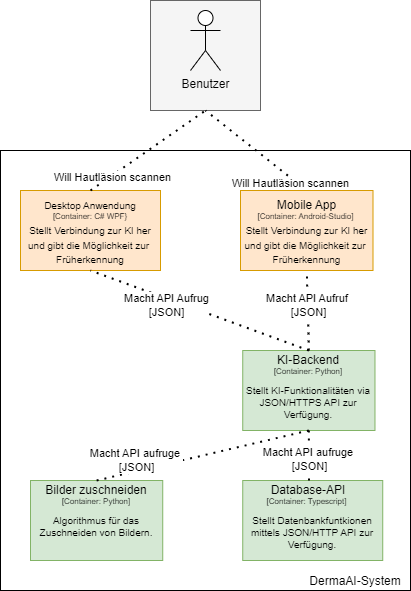
Above: documents/Diagramme/C4_Container_DermaAI.drawio.png in huthuthiddeli/DermaAI (draw.io), before the change. Source tidied: cells renumbered, new cells last; positions are measured from the earlier drawing's top-left corner, leaving out a move shared by most shapes.
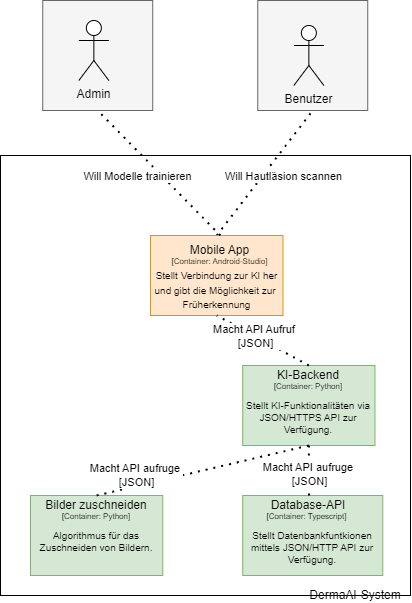
After the commit.

Commit message:
urululu diagramm anders

What changed in the source:
```diff
@@ -3,13 +3,13 @@
     <mxCell id="0" />
     <mxCell id="1" parent="0" />
     <mxCell id="2" style="rounded=0;whiteSpace=wrap;html=1;fillColor=#FFFFFF;strokeColor=#000000;" parent="1" vertex="1">
-      <mxGeometry y="150" width="410" height="440" as="geometry" />
+      <mxGeometry y="140" width="410" height="440" as="geometry" />
     </mxCell>
     <mxCell id="3" style="whiteSpace=wrap;html=1;fillColor=#f5f5f5;strokeColor=#666666;fontColor=#333333;" parent="1" vertex="1">
-      <mxGeometry x="150" width="110" height="110" as="geometry" />
+      <mxGeometry x="257.2" y="-15" width="110" height="110" as="geometry" />
     </mxCell>
     <mxCell id="4" value="Benutzer" style="shape=umlActor;verticalLabelPosition=bottom;verticalAlign=top;html=1;" parent="1" vertex="1">
-      <mxGeometry x="190" y="10" width="30" height="60" as="geometry" />
+      <mxGeometry x="293.4" y="10" width="30" height="60" as="geometry" />
     </mxCell>
     <mxCell id="5" style="edgeStyle=orthogonalEdgeStyle;rounded=0;orthogonalLoop=1;jettySize=auto;html=1;exitX=0.5;exitY=0;exitDx=0;exitDy=0;" parent="1" edge="1">
       <mxGeometry relative="1" as="geometry">
@@ -22,33 +22,18 @@
     </mxCell>
     <mxCell id="7" value="Will Hautläsion scannen" style="edgeLabel;html=1;align=center;verticalAlign=middle;" parent="6" vertex="1">
       <mxGeometry x="-0.16" y="-1" relative="1" as="geometry">
-        <mxPoint x="25" y="27" as="offset" />
+        <mxPoint x="25" y="-8" as="offset" />
       </mxGeometry>
     </mxCell>
     <mxCell id="8" value="&lt;font size=&quot;1&quot;&gt;&lt;br&gt;&lt;br&gt;Stellt Verbindung zur KI her&lt;br&gt;und gibt die Möglichkeit zur&amp;nbsp;&lt;br&gt;Früherkennung&lt;/font&gt;" style="rounded=0;whiteSpace=wrap;html=1;fillColor=#ffe6cc;strokeColor=#d79b00;" parent="1" vertex="1">
-      <mxGeometry x="240" y="190" width="132.5" height="80" as="geometry" />
+      <mxGeometry x="150" y="220" width="132.5" height="80" as="geometry" />
     </mxCell>
     <mxCell id="9" value="&lt;font style=&quot;font-size: 12px;&quot;&gt;Mobile App&lt;/font&gt;" style="text;html=1;align=center;verticalAlign=middle;whiteSpace=wrap;rounded=0;fontSize=9;" parent="1" vertex="1">
-      <mxGeometry x="263.6" y="190" width="85" height="30" as="geometry" />
+      <mxGeometry x="177.4" y="220" width="85" height="30" as="geometry" />
     </mxCell>
     <mxCell id="10" value="&lt;font style=&quot;font-size: 8px;&quot;&gt;[Container: Android-Studio]&lt;/font&gt;" style="text;html=1;align=center;verticalAlign=middle;whiteSpace=wrap;rounded=0;" parent="1" vertex="1">
-      <mxGeometry x="248.5" y="210" width="115.2" height="10" as="geometry" />
+      <mxGeometry x="162.2" y="240" width="115.2" height="10" as="geometry" />
     </mxCell>
-    <mxCell id="11" value="&lt;br style=&quot;font-size: x-small;&quot;&gt;&lt;br style=&quot;font-size: x-small;&quot;&gt;&lt;span style=&quot;font-size: x-small;&quot;&gt;Stellt Verbindung zur KI her&lt;/span&gt;&lt;br style=&quot;font-size: x-small;&quot;&gt;&lt;span style=&quot;font-size: x-small;&quot;&gt;und gibt die Möglichkeit zur&amp;nbsp;&lt;/span&gt;&lt;br style=&quot;font-size: x-small;&quot;&gt;&lt;span style=&quot;font-size: x-small;&quot;&gt;Früherkennung&lt;/span&gt;" style="rounded=0;whiteSpace=wrap;html=1;fillColor=#ffe6cc;strokeColor=#d79b00;" parent="1" vertex="1">
-      <mxGeometry x="20" y="190" width="140" height="80" as="geometry" />
-    </mxCell>
-    <mxCell id="12" value="&lt;font size=&quot;1&quot;&gt;Desktop Anwendung&lt;/font&gt;" style="text;html=1;align=center;verticalAlign=middle;whiteSpace=wrap;rounded=0;fontSize=9;" parent="1" vertex="1">
-      <mxGeometry x="20" y="190" width="140" height="30" as="geometry" />
-    </mxCell>
-    <mxCell id="13" value="&lt;font style=&quot;font-size: 8px;&quot;&gt;[Container: C# WPF}&lt;/font&gt;" style="text;html=1;align=center;verticalAlign=middle;whiteSpace=wrap;rounded=0;" parent="1" vertex="1">
-      <mxGeometry x="36.2" y="210" width="107.6" height="10" as="geometry" />
-    </mxCell>
-    <mxCell id="14" style="endArrow=none;dashed=1;html=1;dashPattern=1 3;strokeWidth=2;rounded=0;entryX=0.5;entryY=1;entryDx=0;entryDy=0;exitX=0.5;exitY=0;exitDx=0;exitDy=0;" parent="1" edge="1" source="12" target="3">
-      <mxGeometry relative="1" as="geometry" />
-    </mxCell>
-    <mxCell id="15" value="Will Hautläsion scannen" style="edgeLabel;html=1;align=center;verticalAlign=middle;" parent="14" vertex="1">
-      <mxGeometry x="-0.63" y="-1" relative="1" as="geometry" />
-    </mxCell>
     <mxCell id="16" value="&lt;div&gt;&lt;br&gt;&lt;/div&gt;&lt;div&gt;&lt;br&gt;&lt;/div&gt;Stellt KI-Funktionalitäten via JSON/HTTPS API zur Verfügung." style="rounded=0;whiteSpace=wrap;html=1;fontSize=10;align=center;fillColor=#d5e8d4;strokeColor=#82b366;" parent="1" vertex="1">
       <mxGeometry x="242.2" y="350" width="132.2" height="80" as="geometry" />
     </mxCell>
@@ -76,14 +61,6 @@
     <mxCell id="24" value="&lt;font style=&quot;font-size: 8px;&quot;&gt;[Container: Python]&lt;/font&gt;" style="text;html=1;align=center;verticalAlign=middle;whiteSpace=wrap;rounded=0;" parent="1" vertex="1">
       <mxGeometry x="56.2" y="490" width="79.9" height="20" as="geometry" />
     </mxCell>
-    <mxCell id="25" style="endArrow=none;dashed=1;html=1;dashPattern=1 3;strokeWidth=2;rounded=0;entryX=0.5;entryY=1;entryDx=0;entryDy=0;exitX=0.5;exitY=0;exitDx=0;exitDy=0;" parent="1" edge="1" source="17" target="11">
-      <mxGeometry relative="1" as="geometry" />
-    </mxCell>
-    <mxCell id="26" value="Macht API Aufrug&lt;br&gt;[JSON]" style="edgeLabel;html=1;align=center;verticalAlign=middle;" parent="25" vertex="1">
-      <mxGeometry x="0.3" y="-2" relative="1" as="geometry">
-        <mxPoint x="-1" y="8" as="offset" />
-      </mxGeometry>
-    </mxCell>
     <mxCell id="27" style="endArrow=none;dashed=1;html=1;dashPattern=1 3;strokeWidth=2;rounded=0;entryX=0.5;entryY=1;entryDx=0;entryDy=0;exitX=0.5;exitY=0;exitDx=0;exitDy=0;" parent="1" edge="1" source="17" target="8">
       <mxGeometry relative="1" as="geometry" />
     </mxCell>
@@ -107,5 +84,19 @@
         <mxPoint x="-25" y="-5" as="offset" />
       </mxGeometry>
     </mxCell>
+    <mxCell id="34" style="whiteSpace=wrap;html=1;fillColor=#f5f5f5;strokeColor=#666666;fontColor=#333333;" parent="1" vertex="1">
+      <mxGeometry x="42.2" y="-15" width="110" height="110" as="geometry" />
+    </mxCell>
+    <mxCell id="35" value="Admin" style="shape=umlActor;verticalLabelPosition=bottom;verticalAlign=top;html=1;" parent="1" vertex="1">
+      <mxGeometry x="78.4" y="5" width="30" height="60" as="geometry" />
+    </mxCell>
+    <mxCell id="36" style="endArrow=none;dashed=1;html=1;dashPattern=1 3;strokeWidth=2;rounded=0;entryX=0.5;entryY=1;entryDx=0;entryDy=0;exitX=0.5;exitY=0;exitDx=0;exitDy=0;" parent="1" edge="1" source="9" target="34">
+      <mxGeometry relative="1" as="geometry" />
+    </mxCell>
+    <mxCell id="37" value="Will Modelle trainieren" style="edgeLabel;html=1;align=center;verticalAlign=middle;" parent="36" vertex="1">
+      <mxGeometry x="0.02" y="-3" relative="1" as="geometry">
+        <mxPoint x="-23" y="6" as="offset" />
+      </mxGeometry>
+    </mxCell>
   </root>
 </mxGraphModel>
```
